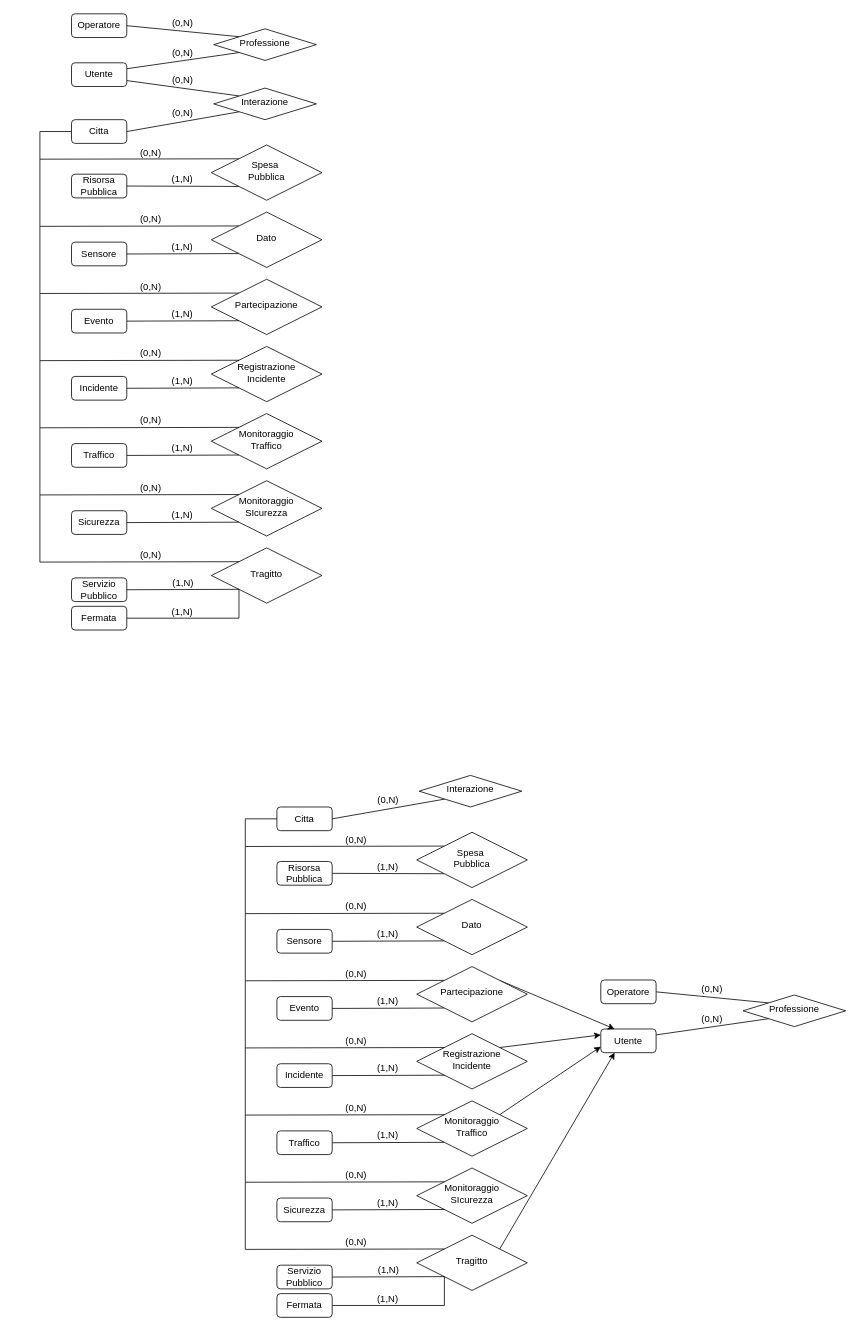
Earlier version of the draw.io diagram db_skeleton.drawio (mattebest045/UrbanBrain). Source tidied: cells renumbered, new cells numbered last; positions are measured from the earlier drawing's top-left corner, leaving out a move shared by most shapes. Both pictures are drawn from the tidied source at 79%, with x=0, y=0 at pixel (40, 13).
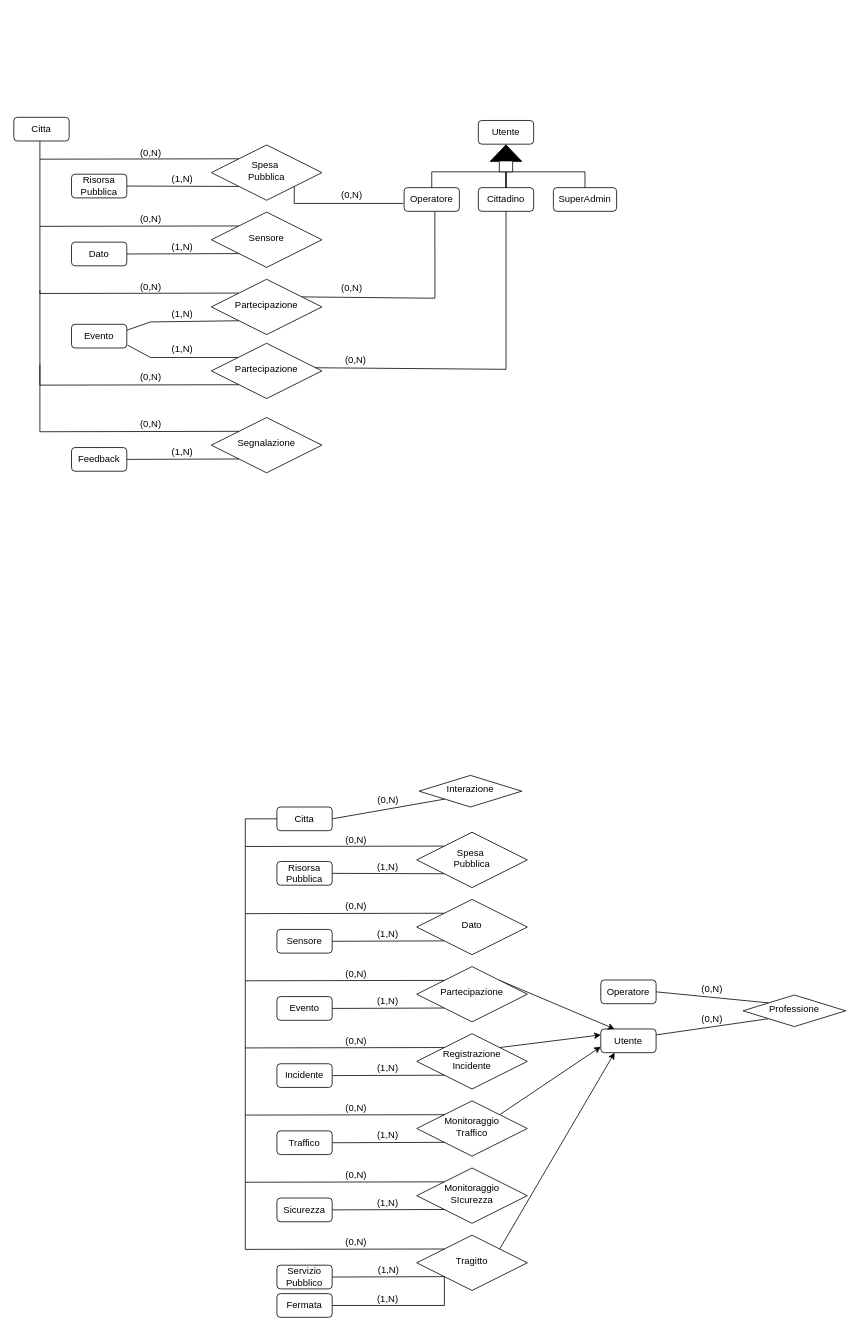
The same page after the edit.

The change refers to these unchanged cells:
```xml
<mxCell id="18" value="Partecipazione" style="rhombus;whiteSpace=wrap;html=1;shadow=0;fontFamily=Helvetica;fontSize=12;align=center;strokeWidth=1;spacing=6;spacingTop=-4;" parent="1" vertex="1">
  <mxGeometry x="217" y="336" width="140" height="70" as="geometry" />
</mxCell>
<mxCell id="23" value="Spesa&amp;nbsp;&lt;div&gt;Pubblica&lt;/div&gt;" style="rhombus;whiteSpace=wrap;html=1;shadow=0;fontFamily=Helvetica;fontSize=12;align=center;strokeWidth=1;spacing=6;spacingTop=-4;" parent="1" vertex="1">
  <mxGeometry x="217" y="166" width="140" height="70" as="geometry" />
</mxCell>
```

The edit, as a diff of the source:
```diff
@@
-    <mxCell id="2" style="edgeStyle=none;rounded=0;html=1;exitX=1;exitY=0.5;exitDx=0;exitDy=0;entryX=0;entryY=0;entryDx=0;entryDy=0;endArrow=none;endFill=0;" parent="1" edge="1" source="3" target="5">
-      <mxGeometry relative="1" as="geometry" />
-    </mxCell>
-    <mxCell id="3" value="Operatore" style="rounded=1;whiteSpace=wrap;html=1;fontSize=12;glass=0;strokeWidth=1;shadow=0;" parent="1" vertex="1">
-      <mxGeometry x="40" width="70" height="30" as="geometry" />
+    <mxCell id="3" value="Utente" style="rounded=1;whiteSpace=wrap;html=1;fontSize=12;glass=0;strokeWidth=1;shadow=0;" parent="1" vertex="1">
+      <mxGeometry x="555" y="135" width="70" height="30" as="geometry" />
     </mxCell>
-    <mxCell id="4" style="edgeStyle=none;rounded=0;html=1;exitX=0;exitY=1;exitDx=0;exitDy=0;entryX=1;entryY=0.25;entryDx=0;entryDy=0;endArrow=none;endFill=0;" parent="1" edge="1" source="5" target="7">
-      <mxGeometry relative="1" as="geometry" />
-    </mxCell>
-    <mxCell id="5" value="Professione" style="rhombus;whiteSpace=wrap;html=1;shadow=0;fontFamily=Helvetica;fontSize=12;align=center;strokeWidth=1;spacing=6;spacingTop=-4;" parent="1" vertex="1">
-      <mxGeometry x="220" y="19" width="130" height="40" as="geometry" />
-    </mxCell>
-    <mxCell id="6" style="edgeStyle=none;rounded=0;html=1;exitX=1;exitY=0.75;exitDx=0;exitDy=0;entryX=0;entryY=0;entryDx=0;entryDy=0;endArrow=none;endFill=0;" parent="1" edge="1" source="7" target="10">
-      <mxGeometry relative="1" as="geometry" />
+    <mxCell id="6" style="edgeStyle=none;rounded=0;html=1;entryX=0.812;entryY=0.319;entryDx=0;entryDy=0;endArrow=none;endFill=0;entryPerimeter=0;exitX=0.557;exitY=1;exitDx=0;exitDy=0;exitPerimeter=0;" parent="1" edge="1" source="7" target="18">
+      <mxGeometry relative="1" as="geometry">
+        <Array as="points">
+          <mxPoint x="500" y="360" />
+        </Array>
+      </mxGeometry>
     </mxCell>
-    <mxCell id="7" value="Utente" style="rounded=1;whiteSpace=wrap;html=1;fontSize=12;glass=0;strokeWidth=1;shadow=0;" parent="1" vertex="1">
-      <mxGeometry x="40" y="62" width="70" height="30" as="geometry" />
+    <mxCell id="7" value="Operatore" style="rounded=1;whiteSpace=wrap;html=1;fontSize=12;glass=0;strokeWidth=1;shadow=0;" parent="1" vertex="1">
+      <mxGeometry x="461" y="220" width="70" height="30" as="geometry" />
     </mxCell>
-    <mxCell id="8" style="edgeStyle=orthogonalEdgeStyle;rounded=0;orthogonalLoop=1;jettySize=auto;html=1;exitX=0.5;exitY=1;exitDx=0;exitDy=0;" parent="1" edge="1" source="5" target="5">
-      <mxGeometry relative="1" as="geometry" />
+    <mxCell id="8" style="edgeStyle=orthogonalEdgeStyle;rounded=0;orthogonalLoop=1;jettySize=auto;html=1;exitX=0.5;exitY=1;exitDx=0;exitDy=0;" parent="1" edge="1">
+      <mxGeometry relative="1" as="geometry">
+        <mxPoint x="730" y="227" as="sourcePoint" />
+        <mxPoint x="730" y="227" as="targetPoint" />
+      </mxGeometry>
     </mxCell>
-    <mxCell id="9" style="edgeStyle=none;rounded=0;html=1;exitX=0;exitY=1;exitDx=0;exitDy=0;entryX=1;entryY=0.5;entryDx=0;entryDy=0;endArrow=none;endFill=0;" parent="1" edge="1" source="10" target="13">
-      <mxGeometry relative="1" as="geometry" />
-    </mxCell>
-    <mxCell id="10" value="Interazione" style="rhombus;whiteSpace=wrap;html=1;shadow=0;fontFamily=Helvetica;fontSize=12;align=center;strokeWidth=1;spacing=6;spacingTop=-4;" parent="1" vertex="1">
-      <mxGeometry x="220" y="94" width="130" height="40" as="geometry" />
-    </mxCell>
-    <mxCell id="11" style="edgeStyle=orthogonalEdgeStyle;rounded=0;orthogonalLoop=1;jettySize=auto;html=1;exitX=0.5;exitY=1;exitDx=0;exitDy=0;" parent="1" edge="1" source="10" target="10">
-      <mxGeometry relative="1" as="geometry" />
+    <mxCell id="11" style="edgeStyle=orthogonalEdgeStyle;rounded=0;orthogonalLoop=1;jettySize=auto;html=1;exitX=0.5;exitY=1;exitDx=0;exitDy=0;" parent="1" edge="1">
+      <mxGeometry relative="1" as="geometry">
+        <mxPoint x="285" y="134" as="sourcePoint" />
+        <mxPoint x="285" y="134" as="targetPoint" />
+      </mxGeometry>
     </mxCell>
-    <mxCell id="12" style="edgeStyle=none;html=1;exitX=0;exitY=0.5;exitDx=0;exitDy=0;entryX=0;entryY=0;entryDx=0;entryDy=0;endArrow=none;endFill=0;rounded=0;" parent="1" edge="1" source="13" target="23">
+    <mxCell id="12" style="edgeStyle=none;html=1;exitX=0.5;exitY=1;exitDx=0;exitDy=0;entryX=0;entryY=0;entryDx=0;entryDy=0;endArrow=none;endFill=0;rounded=0;" parent="1" edge="1" source="13" target="23">
       <mxGeometry x="0.25" relative="1" as="geometry">
         <Array as="points">
-          <mxPoint y="149" />
+          <mxPoint y="150" />
           <mxPoint y="184" />
         </Array>
       </mxGeometry>
     </mxCell>
     <mxCell id="13" value="Citta" style="rounded=1;whiteSpace=wrap;html=1;fontSize=12;glass=0;strokeWidth=1;shadow=0;" parent="1" vertex="1">
-      <mxGeometry x="40" y="134" width="70" height="30" as="geometry" />
+      <mxGeometry x="-33" y="131" width="70" height="30" as="geometry" />
     </mxCell>
@@
-    <mxCell id="15" value="Sensore" style="rounded=1;whiteSpace=wrap;html=1;fontSize=12;glass=0;strokeWidth=1;shadow=0;" parent="1" vertex="1">
+    <mxCell id="15" value="Dato" style="rounded=1;whiteSpace=wrap;html=1;fontSize=12;glass=0;strokeWidth=1;shadow=0;" parent="1" vertex="1">
       <mxGeometry x="40" y="289" width="70" height="30" as="geometry" />
     </mxCell>
-    <mxCell id="16" style="edgeStyle=none;rounded=0;html=1;exitX=0;exitY=1;exitDx=0;exitDy=0;entryX=1;entryY=0.5;entryDx=0;entryDy=0;endArrow=none;endFill=0;" parent="1" edge="1" source="18" target="19">
-      <mxGeometry relative="1" as="geometry" />
+    <mxCell id="16" style="edgeStyle=none;rounded=0;html=1;exitX=0;exitY=1;exitDx=0;exitDy=0;entryX=1;entryY=0.25;entryDx=0;entryDy=0;endArrow=none;endFill=0;" parent="1" edge="1" source="18" target="19">
+      <mxGeometry relative="1" as="geometry">
+        <Array as="points">
+          <mxPoint x="140" y="390" />
+        </Array>
+      </mxGeometry>
     </mxCell>
@@
     <mxCell id="19" value="Evento" style="rounded=1;whiteSpace=wrap;html=1;fontSize=12;glass=0;strokeWidth=1;shadow=0;" parent="1" vertex="1">
-      <mxGeometry x="40" y="374" width="70" height="30" as="geometry" />
+      <mxGeometry x="40" y="393" width="70" height="30" as="geometry" />
     </mxCell>
-    <mxCell id="20" style="edgeStyle=none;rounded=0;html=1;exitX=1;exitY=0.5;exitDx=0;exitDy=0;entryX=0;entryY=1;entryDx=0;entryDy=0;endArrow=none;endFill=0;" parent="1" edge="1" source="21" target="30">
-      <mxGeometry relative="1" as="geometry">
-        <Array as="points">
-          <mxPoint x="252" y="765" />
-        </Array>
-      </mxGeometry>
-    </mxCell>
-    <mxCell id="21" value="Fermata" style="rounded=1;whiteSpace=wrap;html=1;fontSize=12;glass=0;strokeWidth=1;shadow=0;" parent="1" vertex="1">
-      <mxGeometry x="40" y="750" width="70" height="30" as="geometry" />
-    </mxCell>
@@
-    <mxCell id="26" value="Dato" style="rhombus;whiteSpace=wrap;html=1;shadow=0;fontFamily=Helvetica;fontSize=12;align=center;strokeWidth=1;spacing=6;spacingTop=-4;" parent="1" vertex="1">
+    <mxCell id="26" value="Sensore" style="rhombus;whiteSpace=wrap;html=1;shadow=0;fontFamily=Helvetica;fontSize=12;align=center;strokeWidth=1;spacing=6;spacingTop=-4;" parent="1" vertex="1">
       <mxGeometry x="217" y="251" width="140" height="70" as="geometry" />
     </mxCell>
-    <mxCell id="27" value="Registrazione&lt;div&gt;Incidente&lt;/div&gt;" style="rhombus;whiteSpace=wrap;html=1;shadow=0;fontFamily=Helvetica;fontSize=12;align=center;strokeWidth=1;spacing=6;spacingTop=-4;" parent="1" vertex="1">
-      <mxGeometry x="217" y="421" width="140" height="70" as="geometry" />
-    </mxCell>
-    <mxCell id="28" value="Monitoraggio&lt;div&gt;Traffico&lt;/div&gt;" style="rhombus;whiteSpace=wrap;html=1;shadow=0;fontFamily=Helvetica;fontSize=12;align=center;strokeWidth=1;spacing=6;spacingTop=-4;" parent="1" vertex="1">
-      <mxGeometry x="217" y="506" width="140" height="70" as="geometry" />
-    </mxCell>
-    <mxCell id="29" value="Monitoraggio&lt;div&gt;SIcurezza&lt;/div&gt;" style="rhombus;whiteSpace=wrap;html=1;shadow=0;fontFamily=Helvetica;fontSize=12;align=center;strokeWidth=1;spacing=6;spacingTop=-4;" parent="1" vertex="1">
-      <mxGeometry x="217" y="591" width="140" height="70" as="geometry" />
+    <mxCell id="29" value="Segnalazione" style="rhombus;whiteSpace=wrap;html=1;shadow=0;fontFamily=Helvetica;fontSize=12;align=center;strokeWidth=1;spacing=6;spacingTop=-4;" parent="1" vertex="1">
+      <mxGeometry x="217" y="511" width="140" height="70" as="geometry" />
     </mxCell>
-    <mxCell id="30" value="Tragitto" style="rhombus;whiteSpace=wrap;html=1;shadow=0;fontFamily=Helvetica;fontSize=12;align=center;strokeWidth=1;spacing=6;spacingTop=-4;" parent="1" vertex="1">
-      <mxGeometry x="217" y="676" width="140" height="70" as="geometry" />
-    </mxCell>
-    <mxCell id="31" value="(0,N)" style="text;html=1;align=center;verticalAlign=middle;whiteSpace=wrap;rounded=0;" parent="1" vertex="1">
-      <mxGeometry x="156" y="2" width="50" height="20" as="geometry" />
-    </mxCell>
-    <mxCell id="32" value="(0,N)" style="text;html=1;align=center;verticalAlign=middle;whiteSpace=wrap;rounded=0;" parent="1" vertex="1">
-      <mxGeometry x="156" y="40" width="50" height="20" as="geometry" />
-    </mxCell>
     <mxCell id="33" value="(0,N)" style="text;html=1;align=center;verticalAlign=middle;whiteSpace=wrap;rounded=0;" parent="1" vertex="1">
-      <mxGeometry x="156" y="74" width="50" height="20" as="geometry" />
+      <mxGeometry x="370" y="337" width="50" height="20" as="geometry" />
     </mxCell>
-    <mxCell id="34" value="(0,N)" style="text;html=1;align=center;verticalAlign=middle;whiteSpace=wrap;rounded=0;" parent="1" vertex="1">
-      <mxGeometry x="156" y="116" width="50" height="20" as="geometry" />
-    </mxCell>
-    <mxCell id="35" style="edgeStyle=none;rounded=0;html=1;exitX=0;exitY=1;exitDx=0;exitDy=0;entryX=1;entryY=0.5;entryDx=0;entryDy=0;endArrow=none;endFill=0;" parent="1" edge="1" target="37">
-      <mxGeometry relative="1" as="geometry">
-        <mxPoint x="252" y="473.5" as="sourcePoint" />
-      </mxGeometry>
-    </mxCell>
-    <mxCell id="36" style="edgeStyle=none;rounded=0;html=1;exitX=0;exitY=0;exitDx=0;exitDy=0;endArrow=none;endFill=0;" parent="1" edge="1">
-      <mxGeometry relative="1" as="geometry">
-        <mxPoint x="252" y="438.5" as="sourcePoint" />
-        <mxPoint y="354" as="targetPoint" />
-        <Array as="points">
-          <mxPoint y="439" />
-        </Array>
-      </mxGeometry>
-    </mxCell>
-    <mxCell id="37" value="Incidente" style="rounded=1;whiteSpace=wrap;html=1;fontSize=12;glass=0;strokeWidth=1;shadow=0;" parent="1" vertex="1">
-      <mxGeometry x="40" y="459" width="70" height="30" as="geometry" />
-    </mxCell>
-    <mxCell id="38" style="edgeStyle=none;rounded=0;html=1;exitX=0;exitY=1;exitDx=0;exitDy=0;entryX=1;entryY=0.5;entryDx=0;entryDy=0;endArrow=none;endFill=0;" parent="1" edge="1" target="40">
-      <mxGeometry relative="1" as="geometry">
-        <mxPoint x="252" y="558.5" as="sourcePoint" />
-      </mxGeometry>
-    </mxCell>
-    <mxCell id="39" style="edgeStyle=none;rounded=0;html=1;exitX=0;exitY=0;exitDx=0;exitDy=0;endArrow=none;endFill=0;" parent="1" edge="1">
-      <mxGeometry relative="1" as="geometry">
-        <mxPoint x="252" y="523.5" as="sourcePoint" />
-        <mxPoint y="439" as="targetPoint" />
-        <Array as="points">
-          <mxPoint y="524" />
-        </Array>
-      </mxGeometry>
-    </mxCell>
-    <mxCell id="40" value="Traffico" style="rounded=1;whiteSpace=wrap;html=1;fontSize=12;glass=0;strokeWidth=1;shadow=0;" parent="1" vertex="1">
-      <mxGeometry x="40" y="544" width="70" height="30" as="geometry" />
-    </mxCell>
     <mxCell id="41" style="edgeStyle=none;rounded=0;html=1;exitX=0;exitY=1;exitDx=0;exitDy=0;entryX=1;entryY=0.5;entryDx=0;entryDy=0;endArrow=none;endFill=0;" parent="1" edge="1" target="43">
       <mxGeometry relative="1" as="geometry">
-        <mxPoint x="252" y="643.5" as="sourcePoint" />
+        <mxPoint x="252" y="563.5" as="sourcePoint" />
       </mxGeometry>
     </mxCell>
     <mxCell id="42" style="edgeStyle=none;rounded=0;html=1;exitX=0;exitY=0;exitDx=0;exitDy=0;endArrow=none;endFill=0;" parent="1" edge="1">
       <mxGeometry relative="1" as="geometry">
-        <mxPoint x="252" y="608.5" as="sourcePoint" />
-        <mxPoint y="524" as="targetPoint" />
+        <mxPoint x="252" y="528.5" as="sourcePoint" />
+        <mxPoint y="444" as="targetPoint" />
         <Array as="points">
-          <mxPoint y="609" />
+          <mxPoint y="529" />
         </Array>
       </mxGeometry>
     </mxCell>
-    <mxCell id="43" value="Sicurezza" style="rounded=1;whiteSpace=wrap;html=1;fontSize=12;glass=0;strokeWidth=1;shadow=0;" parent="1" vertex="1">
-      <mxGeometry x="40" y="629" width="70" height="30" as="geometry" />
+    <mxCell id="43" value="Feedback" style="rounded=1;whiteSpace=wrap;html=1;fontSize=12;glass=0;strokeWidth=1;shadow=0;" parent="1" vertex="1">
+      <mxGeometry x="40" y="549" width="70" height="30" as="geometry" />
     </mxCell>
-    <mxCell id="44" style="edgeStyle=none;rounded=0;html=1;exitX=0;exitY=1;exitDx=0;exitDy=0;entryX=1;entryY=0.5;entryDx=0;entryDy=0;endArrow=none;endFill=0;" parent="1" edge="1" target="46">
-      <mxGeometry relative="1" as="geometry">
-        <mxPoint x="252" y="728.5" as="sourcePoint" />
-      </mxGeometry>
-    </mxCell>
-    <mxCell id="45" style="edgeStyle=none;rounded=0;html=1;exitX=0;exitY=0;exitDx=0;exitDy=0;endArrow=none;endFill=0;" parent="1" edge="1">
-      <mxGeometry relative="1" as="geometry">
-        <mxPoint x="252" y="693.5" as="sourcePoint" />
-        <mxPoint y="609" as="targetPoint" />
-        <Array as="points">
-          <mxPoint y="694" />
-        </Array>
-      </mxGeometry>
-    </mxCell>
-    <mxCell id="46" value="Servizio Pubblico" style="rounded=1;whiteSpace=wrap;html=1;fontSize=12;glass=0;strokeWidth=1;shadow=0;" parent="1" vertex="1">
-      <mxGeometry x="40" y="714" width="70" height="30" as="geometry" />
-    </mxCell>
@@
-    <mxCell id="50" value="(0,N)" style="text;html=1;align=center;verticalAlign=middle;strokeColor=none;fillColor=none;" parent="1" vertex="1">
-      <mxGeometry x="115" y="415" width="50" height="30" as="geometry" />
-    </mxCell>
-    <mxCell id="51" value="(0,N)" style="text;html=1;align=center;verticalAlign=middle;strokeColor=none;fillColor=none;" parent="1" vertex="1">
-      <mxGeometry x="115" y="500" width="50" height="30" as="geometry" />
-    </mxCell>
     <mxCell id="52" value="(0,N)" style="text;html=1;align=center;verticalAlign=middle;strokeColor=none;fillColor=none;" parent="1" vertex="1">
-      <mxGeometry x="115" y="585" width="50" height="30" as="geometry" />
+      <mxGeometry x="115" y="505" width="50" height="30" as="geometry" />
     </mxCell>
-    <mxCell id="53" value="(0,N)" style="text;html=1;align=center;verticalAlign=middle;strokeColor=none;fillColor=none;" parent="1" vertex="1">
-      <mxGeometry x="115" y="670" width="50" height="30" as="geometry" />
-    </mxCell>
@@
-    <mxCell id="57" value="(1,N)" style="text;html=1;align=center;verticalAlign=middle;strokeColor=none;fillColor=none;" parent="1" vertex="1">
-      <mxGeometry x="155" y="450" width="50" height="30" as="geometry" />
-    </mxCell>
-    <mxCell id="58" value="(1,N)" style="text;html=1;align=center;verticalAlign=middle;strokeColor=none;fillColor=none;" parent="1" vertex="1">
-      <mxGeometry x="155" y="535" width="50" height="30" as="geometry" />
-    </mxCell>
     <mxCell id="59" value="(1,N)" style="text;html=1;align=center;verticalAlign=middle;strokeColor=none;fillColor=none;" parent="1" vertex="1">
-      <mxGeometry x="155" y="620" width="50" height="30" as="geometry" />
+      <mxGeometry x="155" y="540" width="50" height="30" as="geometry" />
     </mxCell>
-    <mxCell id="60" value="(1,N)" style="text;html=1;align=center;verticalAlign=middle;strokeColor=none;fillColor=none;" parent="1" vertex="1">
-      <mxGeometry x="156" y="706" width="50" height="30" as="geometry" />
-    </mxCell>
-    <mxCell id="61" value="(1,N)" style="text;html=1;align=center;verticalAlign=middle;strokeColor=none;fillColor=none;" parent="1" vertex="1">
-      <mxGeometry x="155" y="742" width="50" height="30" as="geometry" />
-    </mxCell>
@@
+    <mxCell id="124" value="Cittadino" style="rounded=1;whiteSpace=wrap;html=1;fontSize=12;glass=0;strokeWidth=1;shadow=0;" parent="1" vertex="1">
+      <mxGeometry x="555" y="220" width="70" height="30" as="geometry" />
+    </mxCell>
+    <mxCell id="125" value="SuperAdmin" style="rounded=1;whiteSpace=wrap;html=1;fontSize=12;glass=0;strokeWidth=1;shadow=0;" parent="1" vertex="1">
+      <mxGeometry x="650" y="220" width="80" height="30" as="geometry" />
+    </mxCell>
+    <mxCell id="126" style="endArrow=none;html=1;rounded=0;entryX=0.5;entryY=0;entryDx=0;entryDy=0;" parent="1" edge="1" target="7">
+      <mxGeometry relative="1" as="geometry">
+        <mxPoint x="590" y="200" as="sourcePoint" />
+        <Array as="points">
+          <mxPoint x="590" y="220" />
+          <mxPoint x="590" y="200" />
+          <mxPoint x="496" y="200" />
+        </Array>
+      </mxGeometry>
+    </mxCell>
+    <mxCell id="127" style="endArrow=none;html=1;rounded=0;entryX=0.5;entryY=0;entryDx=0;entryDy=0;exitX=0.5;exitY=0;exitDx=0;exitDy=0;" parent="1" edge="1" source="125">
+      <mxGeometry relative="1" as="geometry">
+        <mxPoint x="590" y="220" as="targetPoint" />
+        <Array as="points">
+          <mxPoint x="690" y="200" />
+          <mxPoint x="684" y="200" />
+          <mxPoint x="590" y="200" />
+        </Array>
+      </mxGeometry>
+    </mxCell>
+    <mxCell id="128" style="html=1;shadow=0;dashed=0;align=center;verticalAlign=middle;shape=mxgraph.arrows2.arrow;dy=0.58;dx=17;direction=north;notch=0;" parent="1" vertex="1">
+      <mxGeometry x="570" y="170" width="40" height="30" as="geometry" />
+    </mxCell>
+    <mxCell id="129" style="triangle;whiteSpace=wrap;html=1;rotation=-90;fillColor=#000000;" parent="1" vertex="1">
+      <mxGeometry x="579.8" y="156.6" width="20.4" height="38.8" as="geometry" />
+    </mxCell>
+    <mxCell id="130" style="edgeStyle=none;rounded=0;html=1;exitX=0;exitY=1;exitDx=0;exitDy=0;entryX=1.012;entryY=0.876;entryDx=0;entryDy=0;endArrow=none;endFill=0;entryPerimeter=0;" parent="1" edge="1" target="19">
+      <mxGeometry relative="1" as="geometry">
+        <mxPoint x="251" y="435" as="sourcePoint" />
+        <Array as="points">
+          <mxPoint x="140" y="435" />
+        </Array>
+      </mxGeometry>
+    </mxCell>
+    <mxCell id="131" value="Partecipazione" style="rhombus;whiteSpace=wrap;html=1;shadow=0;fontFamily=Helvetica;fontSize=12;align=center;strokeWidth=1;spacing=6;spacingTop=-4;" parent="1" vertex="1">
+      <mxGeometry x="217" y="417" width="140" height="70" as="geometry" />
+    </mxCell>
+    <mxCell id="132" value="(1,N)" style="text;html=1;align=center;verticalAlign=middle;strokeColor=none;fillColor=none;" parent="1" vertex="1">
+      <mxGeometry x="155" y="410" width="50" height="30" as="geometry" />
+    </mxCell>
+    <mxCell id="133" value="(0,N)" style="text;html=1;align=center;verticalAlign=middle;strokeColor=none;fillColor=none;" parent="1" vertex="1">
+      <mxGeometry x="115" y="445" width="50" height="30" as="geometry" />
+    </mxCell>
+    <mxCell id="134" style="edgeStyle=none;rounded=0;html=1;exitX=0;exitY=0;exitDx=0;exitDy=0;endArrow=none;endFill=0;" parent="1" edge="1">
+      <mxGeometry relative="1" as="geometry">
+        <mxPoint x="252" y="469.5" as="sourcePoint" />
+        <mxPoint y="350" as="targetPoint" />
+        <Array as="points">
+          <mxPoint y="470" />
+        </Array>
+      </mxGeometry>
+    </mxCell>
+    <mxCell id="135" style="edgeStyle=none;rounded=0;html=1;entryX=0.939;entryY=0.443;entryDx=0;entryDy=0;endArrow=none;endFill=0;entryPerimeter=0;exitX=0.5;exitY=1;exitDx=0;exitDy=0;" parent="1" edge="1" source="124" target="131">
+      <mxGeometry relative="1" as="geometry">
+        <Array as="points">
+          <mxPoint x="590" y="450" />
+        </Array>
+      </mxGeometry>
+    </mxCell>
+    <mxCell id="136" style="endArrow=none;html=1;rounded=0;exitX=1;exitY=1;exitDx=0;exitDy=0;" parent="1" edge="1" source="23">
+      <mxGeometry relative="1" as="geometry">
+        <mxPoint x="460" y="240" as="targetPoint" />
+        <Array as="points">
+          <mxPoint x="322" y="240" />
+        </Array>
+      </mxGeometry>
+    </mxCell>
+    <mxCell id="137" value="(0,N)" style="text;html=1;align=center;verticalAlign=middle;whiteSpace=wrap;rounded=0;" parent="1" vertex="1">
+      <mxGeometry x="370" y="220" width="50" height="20" as="geometry" />
+    </mxCell>
+    <mxCell id="138" value="(0,N)" style="text;html=1;align=center;verticalAlign=middle;whiteSpace=wrap;rounded=0;" parent="1" vertex="1">
+      <mxGeometry x="375" y="429" width="50" height="20" as="geometry" />
+    </mxCell>
```
